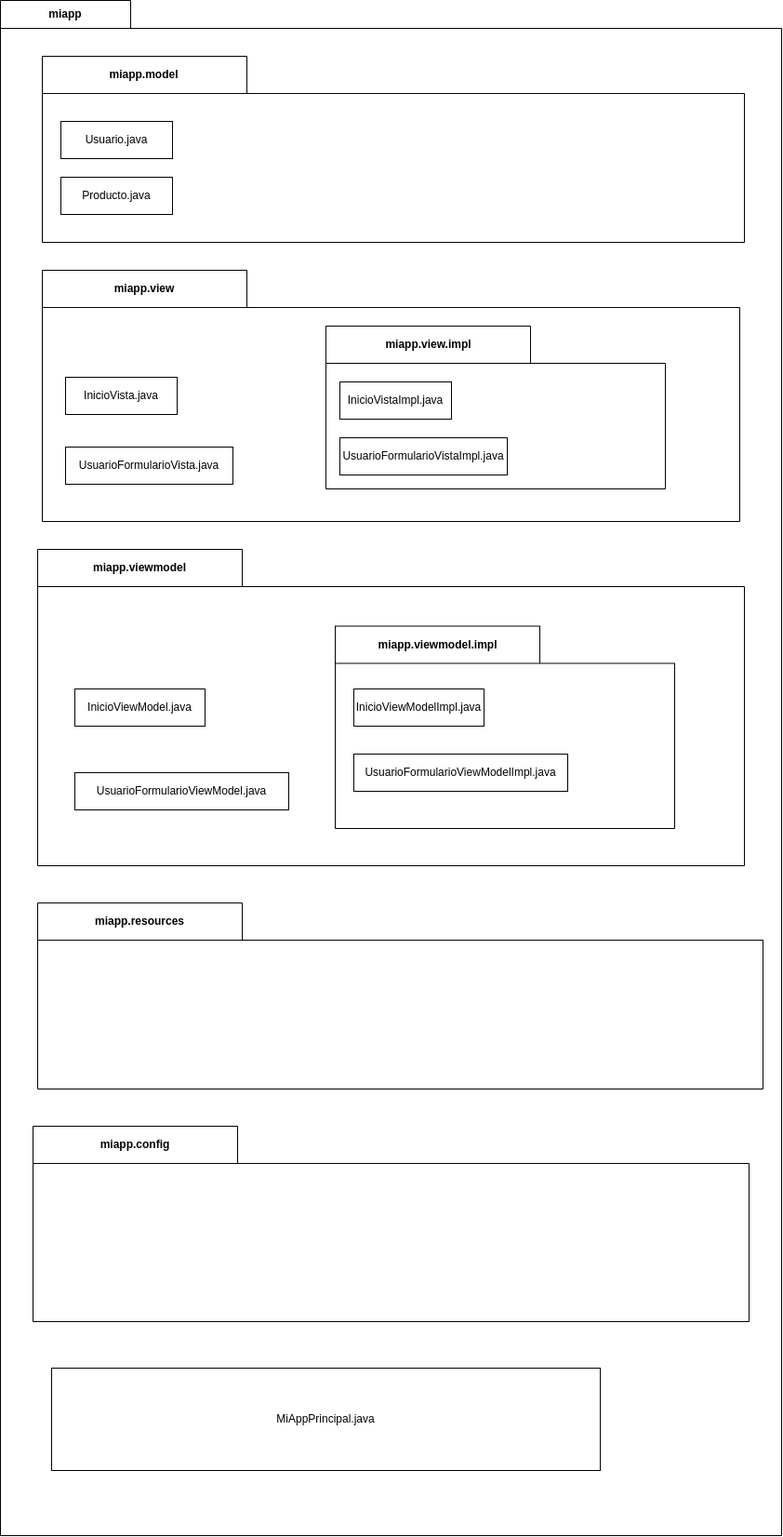
This is ExamenDiagramapaquetes_PedroMartinEscuela.png from PeterMartEsc/ETS, a draw.io export, as it was before one commit. Source tidied: cells renumbered, new cells last; positions are measured from the earlier drawing's top-left corner, leaving out a move shared by most shapes.
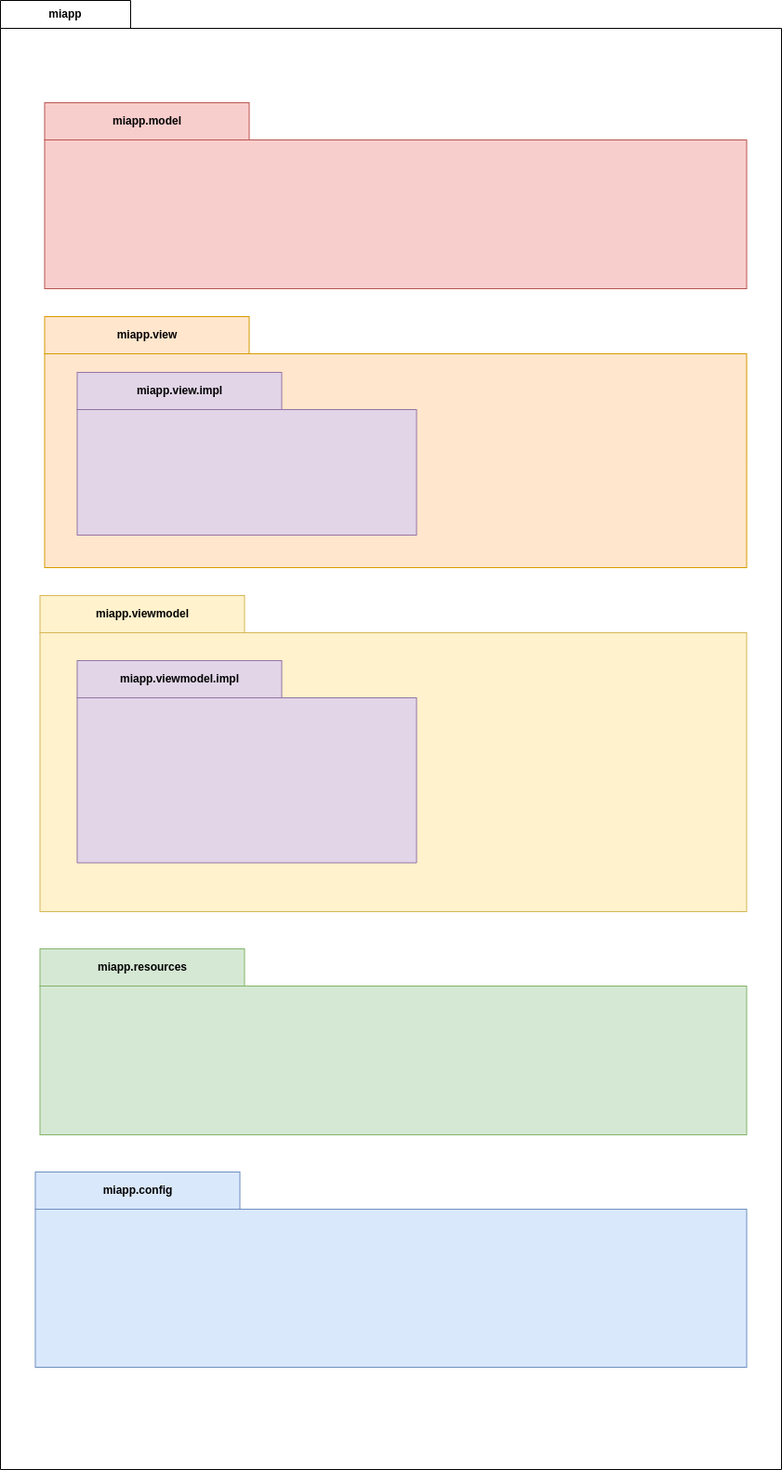
Above is the later version.

Change to the diagram source:
```diff
@@ -3,63 +3,28 @@
     <mxCell id="0" />
     <mxCell id="1" parent="0" />
     <mxCell id="2" value="miapp" style="shape=folder;fontStyle=1;tabWidth=140;tabHeight=30;tabPosition=left;html=1;boundedLbl=1;labelInHeader=1;whiteSpace=wrap;fillColor=none;" parent="1" vertex="1">
-      <mxGeometry width="840" height="1650" as="geometry" />
+      <mxGeometry width="840" height="1580" as="geometry" />
     </mxCell>
-    <mxCell id="3" value="miapp.model" style="shape=folder;fontStyle=1;tabWidth=220;tabHeight=40;tabPosition=left;html=1;boundedLbl=1;labelInHeader=1;whiteSpace=wrap;" parent="2" vertex="1">
-      <mxGeometry x="45" y="60" width="755" height="200" as="geometry" />
+    <mxCell id="3" value="miapp.model" style="shape=folder;fontStyle=1;tabWidth=220;tabHeight=40;tabPosition=left;html=1;boundedLbl=1;labelInHeader=1;whiteSpace=wrap;fillColor=#f8cecc;strokeColor=#b85450;" parent="2" vertex="1">
+      <mxGeometry x="47.5" y="110" width="755" height="200" as="geometry" />
     </mxCell>
-    <mxCell id="4" value="Usuario.java" style="rounded=0;whiteSpace=wrap;html=1;" parent="3" vertex="1">
-      <mxGeometry x="20" y="70" width="120" height="40" as="geometry" />
-    </mxCell>
-    <mxCell id="5" value="Producto.java" style="rounded=0;whiteSpace=wrap;html=1;" parent="3" vertex="1">
-      <mxGeometry x="20" y="130" width="120" height="40" as="geometry" />
-    </mxCell>
-    <mxCell id="6" value="miapp.view" style="shape=folder;fontStyle=1;tabWidth=220;tabHeight=40;tabPosition=left;html=1;boundedLbl=1;labelInHeader=1;whiteSpace=wrap;" parent="2" vertex="1">
-      <mxGeometry x="45" y="290" width="750" height="270" as="geometry" />
+    <mxCell id="6" value="miapp.view" style="shape=folder;fontStyle=1;tabWidth=220;tabHeight=40;tabPosition=left;html=1;boundedLbl=1;labelInHeader=1;whiteSpace=wrap;fillColor=#ffe6cc;strokeColor=#d79b00;" parent="2" vertex="1">
+      <mxGeometry x="47.5" y="340" width="755" height="270" as="geometry" />
     </mxCell>
-    <mxCell id="7" value="InicioVista.java" style="rounded=0;whiteSpace=wrap;html=1;" parent="6" vertex="1">
-      <mxGeometry x="25" y="115" width="120" height="40" as="geometry" />
-    </mxCell>
-    <mxCell id="8" value="UsuarioFormularioVista.java" style="rounded=0;whiteSpace=wrap;html=1;" parent="6" vertex="1">
-      <mxGeometry x="25" y="190" width="180" height="40" as="geometry" />
-    </mxCell>
-    <mxCell id="9" value="miapp.view.impl" style="shape=folder;fontStyle=1;tabWidth=220;tabHeight=40;tabPosition=left;html=1;boundedLbl=1;labelInHeader=1;whiteSpace=wrap;" parent="6" vertex="1">
-      <mxGeometry x="305" y="60" width="365" height="175" as="geometry" />
+    <mxCell id="9" value="miapp.view.impl" style="shape=folder;fontStyle=1;tabWidth=220;tabHeight=40;tabPosition=left;html=1;boundedLbl=1;labelInHeader=1;whiteSpace=wrap;fillColor=#e1d5e7;strokeColor=#9673a6;" parent="6" vertex="1">
+      <mxGeometry x="35" y="60" width="365" height="175" as="geometry" />
     </mxCell>
-    <mxCell id="10" value="InicioVistaImpl.java" style="rounded=0;whiteSpace=wrap;html=1;" parent="9" vertex="1">
-      <mxGeometry x="15" y="60" width="120" height="40" as="geometry" />
-    </mxCell>
-    <mxCell id="11" value="UsuarioFormularioVistaImpl.java" style="rounded=0;whiteSpace=wrap;html=1;" parent="9" vertex="1">
-      <mxGeometry x="15" y="120" width="180" height="40" as="geometry" />
-    </mxCell>
-    <mxCell id="12" value="miapp.viewmodel" style="shape=folder;fontStyle=1;tabWidth=220;tabHeight=40;tabPosition=left;html=1;boundedLbl=1;labelInHeader=1;whiteSpace=wrap;" parent="2" vertex="1">
-      <mxGeometry x="40" y="590" width="760" height="340" as="geometry" />
+    <mxCell id="12" value="miapp.viewmodel" style="shape=folder;fontStyle=1;tabWidth=220;tabHeight=40;tabPosition=left;html=1;boundedLbl=1;labelInHeader=1;whiteSpace=wrap;fillColor=#fff2cc;strokeColor=#d6b656;" parent="2" vertex="1">
+      <mxGeometry x="42.5" y="640" width="760" height="340" as="geometry" />
     </mxCell>
-    <mxCell id="13" value="InicioViewModel.java" style="rounded=0;whiteSpace=wrap;html=1;" parent="12" vertex="1">
-      <mxGeometry x="40" y="150" width="140" height="40" as="geometry" />
-    </mxCell>
-    <mxCell id="14" value="UsuarioFormularioViewModel.java" style="rounded=0;whiteSpace=wrap;html=1;" parent="12" vertex="1">
-      <mxGeometry x="40" y="240" width="230" height="40" as="geometry" />
-    </mxCell>
-    <mxCell id="15" value="miapp.viewmodel.impl" style="shape=folder;fontStyle=1;tabWidth=220;tabHeight=40;tabPosition=left;html=1;boundedLbl=1;labelInHeader=1;whiteSpace=wrap;" parent="12" vertex="1">
-      <mxGeometry x="320" y="82.5" width="365" height="217.5" as="geometry" />
+    <mxCell id="15" value="miapp.viewmodel.impl" style="shape=folder;fontStyle=1;tabWidth=220;tabHeight=40;tabPosition=left;html=1;boundedLbl=1;labelInHeader=1;whiteSpace=wrap;fillColor=#e1d5e7;strokeColor=#9673a6;" parent="12" vertex="1">
+      <mxGeometry x="40" y="70" width="365" height="217.5" as="geometry" />
     </mxCell>
-    <mxCell id="16" value="InicioViewModelImpl.java" style="rounded=0;whiteSpace=wrap;html=1;" parent="15" vertex="1">
-      <mxGeometry x="20" y="67.5" width="140" height="40" as="geometry" />
-    </mxCell>
-    <mxCell id="17" value="UsuarioFormularioViewModelImpl.java" style="rounded=0;whiteSpace=wrap;html=1;" parent="15" vertex="1">
-      <mxGeometry x="20" y="137.5" width="230" height="40" as="geometry" />
-    </mxCell>
-    <mxCell id="18" value="miapp.resources" style="shape=folder;fontStyle=1;tabWidth=220;tabHeight=40;tabPosition=left;html=1;boundedLbl=1;labelInHeader=1;whiteSpace=wrap;" parent="2" vertex="1">
-      <mxGeometry x="40" y="970" width="780" height="200" as="geometry" />
+    <mxCell id="18" value="miapp.resources" style="shape=folder;fontStyle=1;tabWidth=220;tabHeight=40;tabPosition=left;html=1;boundedLbl=1;labelInHeader=1;whiteSpace=wrap;fillColor=#d5e8d4;strokeColor=#82b366;" parent="2" vertex="1">
+      <mxGeometry x="42.5" y="1020" width="760" height="200" as="geometry" />
     </mxCell>
-    <mxCell id="19" value="miapp.config" style="shape=folder;fontStyle=1;tabWidth=220;tabHeight=40;tabPosition=left;html=1;boundedLbl=1;labelInHeader=1;whiteSpace=wrap;" parent="2" vertex="1">
-      <mxGeometry x="35" y="1210" width="770" height="210" as="geometry" />
+    <mxCell id="19" value="miapp.config" style="shape=folder;fontStyle=1;tabWidth=220;tabHeight=40;tabPosition=left;html=1;boundedLbl=1;labelInHeader=1;whiteSpace=wrap;fillColor=#dae8fc;strokeColor=#6c8ebf;" parent="2" vertex="1">
+      <mxGeometry x="37.5" y="1260" width="765" height="210" as="geometry" />
     </mxCell>
-    <mxCell id="20" value="MiAppPrincipal.java" style="html=1;whiteSpace=wrap;" parent="2" vertex="1">
-      <mxGeometry width="590" height="110" relative="1" as="geometry">
-        <mxPoint x="55" y="1470" as="offset" />
-      </mxGeometry>
-    </mxCell>
   </root>
 </mxGraphModel>
```
